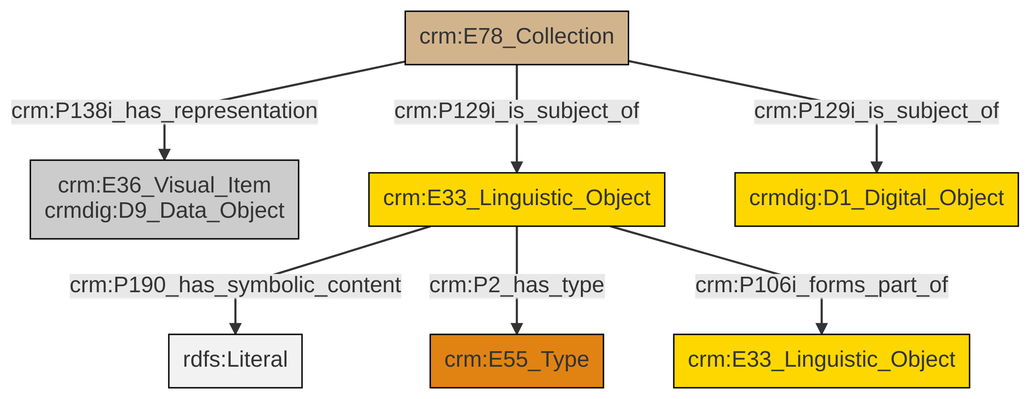
This is et/archivalCSV/ttl/mmd/png/archival_docs.png from swiss-art-research-net/docs.swissartresearch, a Mermaid export, as it was before one commit. Its source is kept beside it as et/archivalCSV/ttl/mmd/archival_docs.ttl.mmd.
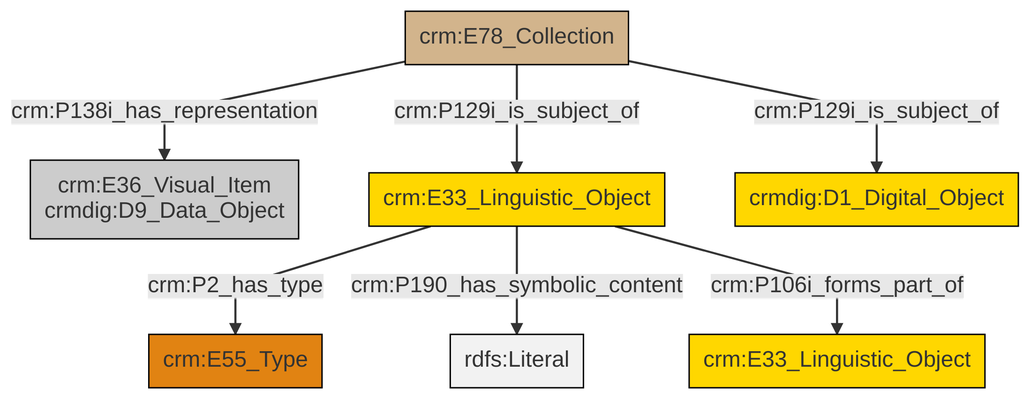
Later version of the same file.

Change to the diagram source:
```diff
@@ -13,9 +13,9 @@
 classDef PC_Classes fill:#4ce600, stroke:#000000;
 classDef Multi fill:#cccccc,stroke:#000000;
 
-0["crm:E78_Collection"]:::Physical_Thing -->|crm:P138i_has_representation| 1["crm:E36_Visual_Item<br>crmdig:D9_Data_Object"]:::Multi
-0["crm:E78_Collection"]:::Physical_Thing -->|crm:P129i_is_subject_of| 4["crm:E33_Linguistic_Object"]:::Conceptual_Object
-4["crm:E33_Linguistic_Object"]:::Conceptual_Object -->|crm:P190_has_symbolic_content| 5[rdfs:Literal]:::Literal
-4["crm:E33_Linguistic_Object"]:::Conceptual_Object -->|crm:P2_has_type| 6["crm:E55_Type"]:::Type
-4["crm:E33_Linguistic_Object"]:::Conceptual_Object -->|crm:P106i_forms_part_of| 2["crm:E33_Linguistic_Object"]:::Conceptual_Object
-0["crm:E78_Collection"]:::Physical_Thing -->|crm:P129i_is_subject_of| 12["crmdig:D1_Digital_Object"]:::Conceptual_Object
+0["crm:E78_Collection"]:::Physical_Thing -->|crm:P138i_has_representation| 5["crm:E36_Visual_Item<br>crmdig:D9_Data_Object"]:::Multi
+7["crm:E33_Linguistic_Object"]:::Conceptual_Object -->|crm:P2_has_type| 2["crm:E55_Type"]:::Type
+7["crm:E33_Linguistic_Object"]:::Conceptual_Object -->|crm:P190_has_symbolic_content| 9[rdfs:Literal]:::Literal
+0["crm:E78_Collection"]:::Physical_Thing -->|crm:P129i_is_subject_of| 10["crmdig:D1_Digital_Object"]:::Conceptual_Object
+0["crm:E78_Collection"]:::Physical_Thing -->|crm:P129i_is_subject_of| 7["crm:E33_Linguistic_Object"]:::Conceptual_Object
+7["crm:E33_Linguistic_Object"]:::Conceptual_Object -->|crm:P106i_forms_part_of| 13["crm:E33_Linguistic_Object"]:::Conceptual_Object
```
